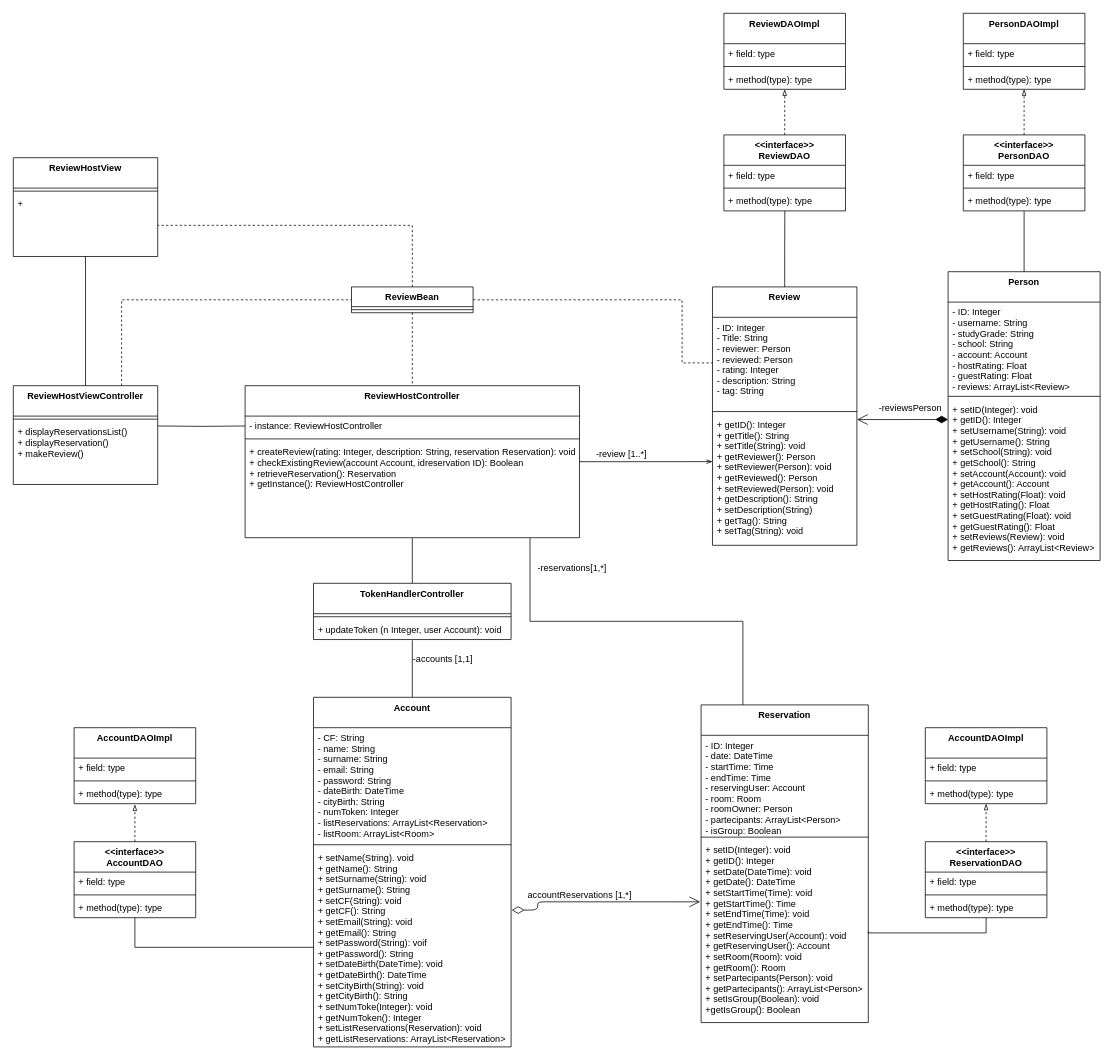
This is Deliverables/Design Level Class Diagram/DLCD ReviewHost Agostinelli.drawio from nic-agos/DoveStudi, a draw.io file, before an edit. Source tidied: cells renumbered, new cells numbered last; positions are measured from the earlier drawing's top-left corner, leaving out a move shared by most shapes. Both pictures are drawn from the tidied source at 76%, with x=0, y=0 at pixel (13, 13).
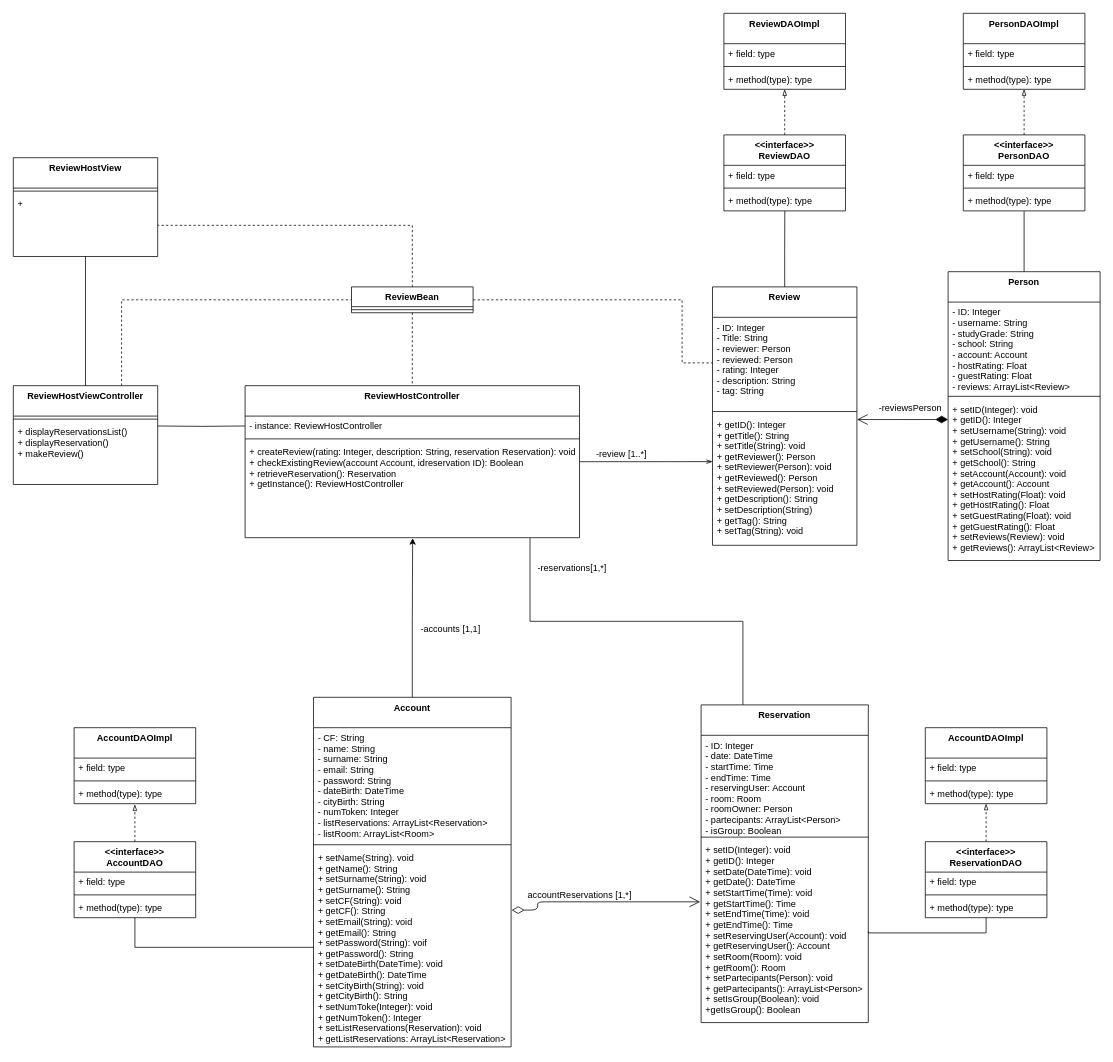
Above is the later version.

Commit message:
Removed token controller

Unchanged cells that the change refers to:
```xml
<mxCell id="6" value="+ createReview(rating: Integer, description: String, reservation Reservation): void&#10;+ checkExistingReview(account Account, idreservation ID): Boolean&#10;+ retrieveReservation(): Reservation&#10;+ getInstance(): ReviewHostController" style="text;strokeColor=none;fillColor=none;align=left;verticalAlign=top;spacingLeft=4;spacingRight=4;overflow=hidden;points=[[0,0.5],[1,0.5]];portConstraint=eastwest;" parent="3" vertex="1">
  <mxGeometry y="74" width="440" height="126" as="geometry" />
</mxCell>
<mxCell id="16" value="Account" style="swimlane;fontStyle=1;align=center;verticalAlign=top;horizontal=1;startSize=40;" parent="1" vertex="1">
  <mxGeometry x="395" y="900" width="260" height="460" as="geometry" />
</mxCell>
```

What changed in the source:
```diff
@@
-    <mxCell id="11" style="edgeStyle=orthogonalEdgeStyle;rounded=0;jettySize=auto;html=1;entryX=0.5;entryY=1.004;entryDx=0;entryDy=0;entryPerimeter=0;endArrow=none;endFill=0;" parent="1" edge="1" source="12" target="6">
-      <mxGeometry relative="1" as="geometry" />
-    </mxCell>
-    <mxCell id="12" value="TokenHandlerController" style="swimlane;fontStyle=1;align=center;verticalAlign=top;horizontal=1;startSize=40;" parent="1" vertex="1">
-      <mxGeometry x="395" y="750" width="260" height="74" as="geometry" />
-    </mxCell>
-    <mxCell id="13" style="line;strokeWidth=1;fillColor=none;align=left;verticalAlign=middle;spacingTop=-1;spacingLeft=3;spacingRight=3;labelPosition=right;" parent="12" vertex="1">
-      <mxGeometry y="40" width="260" height="8" as="geometry" />
-    </mxCell>
-    <mxCell id="14" value="+ updateToken (n Integer, user Account): void&#10;" style="text;strokeColor=none;fillColor=none;align=left;verticalAlign=top;spacingLeft=4;spacingRight=4;overflow=hidden;points=[[0,0.5],[1,0.5]];portConstraint=eastwest;" parent="12" vertex="1">
-      <mxGeometry y="48" width="260" height="26" as="geometry" />
-    </mxCell>
-    <mxCell id="15" style="edgeStyle=orthogonalEdgeStyle;rounded=0;jettySize=auto;html=1;entryX=0.5;entryY=1.038;entryDx=0;entryDy=0;entryPerimeter=0;endArrow=none;endFill=0;" parent="1" edge="1" source="16" target="14">
-      <mxGeometry relative="1" as="geometry" />
-    </mxCell>
+    <mxCell id="90" style="edgeStyle=orthogonalEdgeStyle;rounded=0;jettySize=auto;html=1;entryX=0.501;entryY=1.005;entryDx=0;entryDy=0;entryPerimeter=0;" parent="1" edge="1" source="16" target="6">
+      <mxGeometry relative="1" as="geometry" />
+    </mxCell>
@@
     <mxCell id="66" value="-accounts [1,1]" style="text;html=1;align=center;verticalAlign=middle;" parent="1" vertex="1">
-      <mxGeometry x="520" y="840" width="90" height="20" as="geometry" />
+      <mxGeometry x="530" y="800" width="90" height="20" as="geometry" />
     </mxCell>
```
